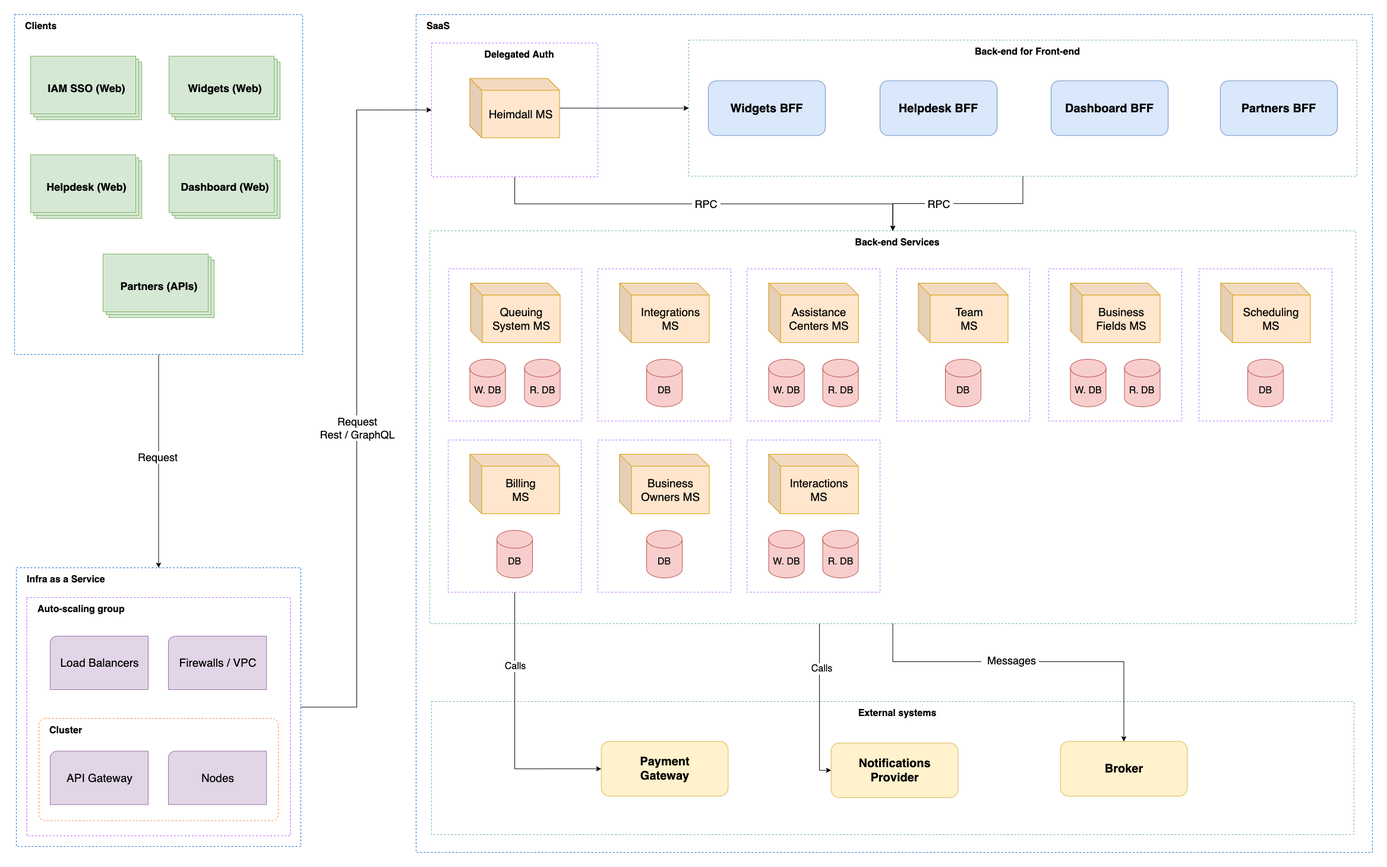
The draw.io diagram docs/diagrams/high-level-architecture.png in turnly/turnly, before a commit. Source tidied: cells renumbered, new cells last; positions are measured from the earlier drawing's top-left corner, leaving out a move shared by most shapes.
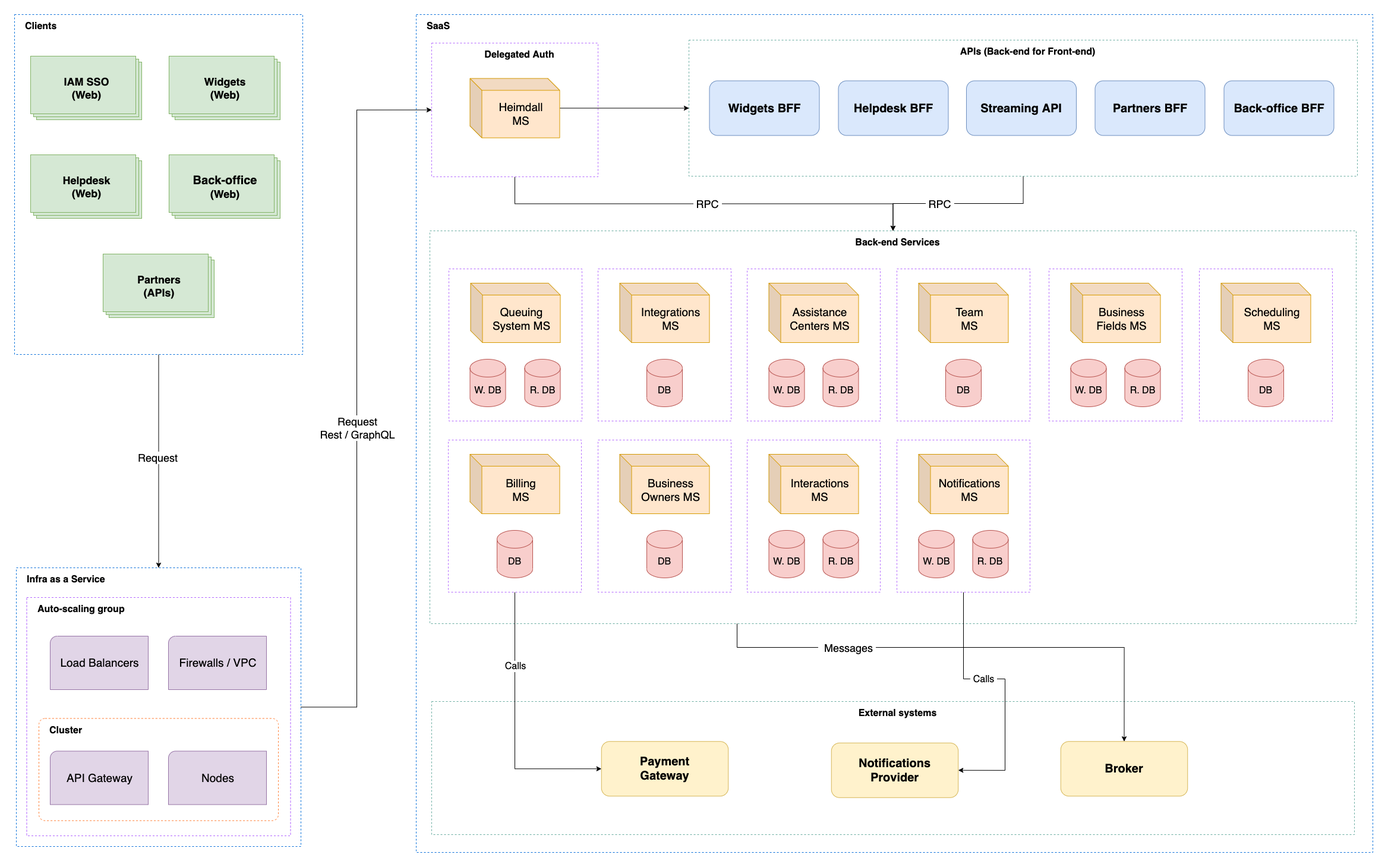
The same diagram one commit later.

The edit, as a diff of the source:
```diff
@@ -11,19 +11,19 @@
     <mxCell id="4" value="Clients" style="rounded=0;arcSize=6;whiteSpace=wrap;html=1;align=left;fontSize=16;verticalAlign=top;spacingLeft=16;fontStyle=1;strokeColor=#006CD9;dashed=1;spacingTop=4;" parent="1" vertex="1">
       <mxGeometry width="485" height="572" as="geometry" />
     </mxCell>
-    <mxCell id="5" value="Widgets (Web)" style="verticalLabelPosition=middle;verticalAlign=middle;html=1;shape=mxgraph.basic.layered_rect;dx=10;fontStyle=1;fontSize=18;flipH=0;flipV=0;fillColor=#d5e8d4;strokeColor=#82b366;labelPosition=center;align=center;" parent="1" vertex="1">
+    <mxCell id="5" value="Widgets&lt;br&gt;(Web)" style="verticalLabelPosition=middle;verticalAlign=middle;html=1;shape=mxgraph.basic.layered_rect;dx=10;fontStyle=1;fontSize=18;flipH=0;flipV=0;fillColor=#d5e8d4;strokeColor=#82b366;labelPosition=center;align=center;" parent="1" vertex="1">
       <mxGeometry x="260" y="70" width="187" height="107" as="geometry" />
     </mxCell>
-    <mxCell id="6" value="Dashboard (Web)" style="verticalLabelPosition=middle;verticalAlign=middle;html=1;shape=mxgraph.basic.layered_rect;dx=10;fontStyle=1;fontSize=18;flipH=0;flipV=0;fillColor=#d5e8d4;strokeColor=#82b366;labelPosition=center;align=center;" parent="1" vertex="1">
+    <mxCell id="6" value="&lt;span style=&quot;font-size: 20px;&quot;&gt;Back-office&lt;br&gt;&lt;/span&gt;(Web)" style="verticalLabelPosition=middle;verticalAlign=middle;html=1;shape=mxgraph.basic.layered_rect;dx=10;fontStyle=1;fontSize=18;flipH=0;flipV=0;fillColor=#d5e8d4;strokeColor=#82b366;labelPosition=center;align=center;" parent="1" vertex="1">
       <mxGeometry x="260" y="236" width="187" height="107" as="geometry" />
     </mxCell>
-    <mxCell id="7" value="Helpdesk (Web)" style="verticalLabelPosition=middle;verticalAlign=middle;html=1;shape=mxgraph.basic.layered_rect;dx=10;fontStyle=1;fontSize=18;flipH=0;flipV=0;fillColor=#d5e8d4;strokeColor=#82b366;labelPosition=center;align=center;" parent="1" vertex="1">
+    <mxCell id="7" value="Helpdesk&lt;br&gt;(Web)" style="verticalLabelPosition=middle;verticalAlign=middle;html=1;shape=mxgraph.basic.layered_rect;dx=10;fontStyle=1;fontSize=18;flipH=0;flipV=0;fillColor=#d5e8d4;strokeColor=#82b366;labelPosition=center;align=center;" parent="1" vertex="1">
       <mxGeometry x="27" y="236" width="187" height="107" as="geometry" />
     </mxCell>
-    <mxCell id="8" value="IAM SSO (Web)" style="verticalLabelPosition=middle;verticalAlign=middle;html=1;shape=mxgraph.basic.layered_rect;dx=10;fontStyle=1;fontSize=18;flipH=0;flipV=0;fillColor=#d5e8d4;strokeColor=#82b366;labelPosition=center;align=center;" parent="1" vertex="1">
+    <mxCell id="8" value="IAM SSO&lt;br&gt;(Web)" style="verticalLabelPosition=middle;verticalAlign=middle;html=1;shape=mxgraph.basic.layered_rect;dx=10;fontStyle=1;fontSize=18;flipH=0;flipV=0;fillColor=#d5e8d4;strokeColor=#82b366;labelPosition=center;align=center;" parent="1" vertex="1">
       <mxGeometry x="27" y="70" width="187" height="107" as="geometry" />
     </mxCell>
-    <mxCell id="9" value="Partners (APIs)" style="verticalLabelPosition=middle;verticalAlign=middle;html=1;shape=mxgraph.basic.layered_rect;dx=10;fontStyle=1;fontSize=18;flipH=0;flipV=0;fillColor=#d5e8d4;strokeColor=#82b366;labelPosition=center;align=center;" parent="1" vertex="1">
+    <mxCell id="9" value="Partners&lt;br&gt;(APIs)" style="verticalLabelPosition=middle;verticalAlign=middle;html=1;shape=mxgraph.basic.layered_rect;dx=10;fontStyle=1;fontSize=18;flipH=0;flipV=0;fillColor=#d5e8d4;strokeColor=#82b366;labelPosition=center;align=center;" parent="1" vertex="1">
       <mxGeometry x="149" y="403" width="187" height="107" as="geometry" />
     </mxCell>
     <mxCell id="10" value="Infra as a Service" style="rounded=0;arcSize=6;whiteSpace=wrap;html=1;align=left;fontSize=16;verticalAlign=top;spacingLeft=16;fontStyle=1;strokeColor=#006CD9;dashed=1;spacingTop=4;" parent="1" vertex="1">
@@ -61,20 +61,20 @@
         <mxPoint x="-42" as="offset" />
       </mxGeometry>
     </mxCell>
-    <mxCell id="21" value="Back-end for Front-end" style="rounded=0;arcSize=11;whiteSpace=wrap;html=1;align=center;fontSize=16;verticalAlign=top;spacingLeft=16;fontStyle=1;dashed=1;spacingTop=4;strokeColor=#67AB9F;" parent="1" vertex="1">
+    <mxCell id="21" value="APIs (Back-end for Front-end)" style="rounded=0;arcSize=11;whiteSpace=wrap;html=1;align=center;fontSize=16;verticalAlign=top;spacingLeft=16;fontStyle=1;dashed=1;spacingTop=4;strokeColor=#67AB9F;" parent="1" vertex="1">
       <mxGeometry x="1135" y="43" width="1125" height="229" as="geometry" />
     </mxCell>
     <mxCell id="22" value="Widgets BFF" style="rounded=1;whiteSpace=wrap;html=1;shadow=0;glass=0;sketch=0;fillColor=#dae8fc;strokeColor=#6c8ebf;fontSize=20;fontStyle=1;spacingTop=0;" parent="1" vertex="1">
-      <mxGeometry x="1168" y="111.5" width="197" height="92" as="geometry" />
+      <mxGeometry x="1169.5" y="111.5" width="185" height="92" as="geometry" />
     </mxCell>
     <mxCell id="23" value="Helpdesk BFF" style="rounded=1;whiteSpace=wrap;html=1;shadow=0;glass=0;sketch=0;fillColor=#dae8fc;strokeColor=#6c8ebf;fontSize=20;fontStyle=1;spacingTop=0;" parent="1" vertex="1">
-      <mxGeometry x="1457" y="111.5" width="197" height="92" as="geometry" />
+      <mxGeometry x="1386.5" y="111.5" width="185" height="92" as="geometry" />
     </mxCell>
-    <mxCell id="24" value="Dashboard BFF" style="rounded=1;whiteSpace=wrap;html=1;shadow=0;glass=0;sketch=0;fillColor=#dae8fc;strokeColor=#6c8ebf;fontSize=20;fontStyle=1;spacingTop=0;" parent="1" vertex="1">
-      <mxGeometry x="1745" y="111.5" width="197" height="92" as="geometry" />
+    <mxCell id="24" value="Streaming API" style="rounded=1;whiteSpace=wrap;html=1;shadow=0;glass=0;sketch=0;fillColor=#dae8fc;strokeColor=#6c8ebf;fontSize=20;fontStyle=1;spacingTop=0;" parent="1" vertex="1">
+      <mxGeometry x="1602" y="111.5" width="185" height="92" as="geometry" />
     </mxCell>
     <mxCell id="25" value="Partners BFF" style="rounded=1;whiteSpace=wrap;html=1;shadow=0;glass=0;sketch=0;fillColor=#dae8fc;strokeColor=#6c8ebf;fontSize=20;fontStyle=1;spacingTop=0;" parent="1" vertex="1">
-      <mxGeometry x="2030" y="111.5" width="197" height="92" as="geometry" />
+      <mxGeometry x="1818.5" y="111.5" width="185" height="92" as="geometry" />
     </mxCell>
     <mxCell id="26" value="External systems" style="rounded=0;arcSize=11;whiteSpace=wrap;html=1;align=center;fontSize=16;verticalAlign=top;spacingLeft=16;fontStyle=1;dashed=1;spacingTop=4;strokeColor=#67AB9F;" parent="1" vertex="1">
       <mxGeometry x="702" y="1156" width="1553" height="224" as="geometry" />
@@ -93,7 +93,7 @@
     <mxCell id="30" style="edgeStyle=orthogonalEdgeStyle;rounded=0;jettySize=auto;html=1;entryX=0;entryY=0.5;entryDx=0;entryDy=0;fontSize=18;" parent="1" edge="1" source="31" target="21">
       <mxGeometry relative="1" as="geometry" />
     </mxCell>
-    <mxCell id="31" value="&lt;span style=&quot;font-size: 19px;&quot;&gt;Heimdall MS&lt;/span&gt;" style="shape=cube;whiteSpace=wrap;html=1;boundedLbl=1;backgroundOutline=1;darkOpacity=0.05;darkOpacity2=0.1;fontSize=14;fillColor=#ffe6cc;strokeColor=#d79b00;" parent="1" vertex="1">
+    <mxCell id="31" value="&lt;span style=&quot;font-size: 19px;&quot;&gt;Heimdall&lt;br&gt;MS&lt;/span&gt;" style="shape=cube;whiteSpace=wrap;html=1;boundedLbl=1;backgroundOutline=1;darkOpacity=0.05;darkOpacity2=0.1;fontSize=14;fillColor=#ffe6cc;strokeColor=#d79b00;" parent="1" vertex="1">
       <mxGeometry x="766.5" y="107.5" width="151" height="100" as="geometry" />
     </mxCell>
     <mxCell id="32" style="edgeStyle=orthogonalEdgeStyle;rounded=0;jettySize=auto;html=1;entryX=0;entryY=0.5;entryDx=0;entryDy=0;fontSize=18;" parent="1" edge="1" source="10" target="29">
@@ -128,14 +128,14 @@
     <mxCell id="40" style="edgeStyle=orthogonalEdgeStyle;rounded=0;jettySize=auto;html=1;entryX=0.5;entryY=0;entryDx=0;entryDy=0;fontSize=18;" parent="1" edge="1" source="18" target="36">
       <mxGeometry relative="1" as="geometry">
         <Array as="points">
-          <mxPoint x="1478" y="1089" />
-          <mxPoint x="1868" y="1089" />
+          <mxPoint x="1216" y="1065" />
+          <mxPoint x="1868" y="1065" />
         </Array>
       </mxGeometry>
     </mxCell>
     <mxCell id="41" value="&amp;nbsp; Messages&amp;nbsp;" style="edgeLabel;html=1;align=center;verticalAlign=middle;fontSize=18;" parent="40" vertex="1">
       <mxGeometry x="-0.05" relative="1" as="geometry">
-        <mxPoint x="-18" y="-3" as="offset" />
+        <mxPoint x="-179" as="offset" />
       </mxGeometry>
     </mxCell>
     <mxCell id="42" style="rounded=0;arcSize=6;whiteSpace=wrap;html=1;align=left;fontSize=16;verticalAlign=top;spacingLeft=16;fontStyle=1;strokeColor=#B266FF;dashed=1;spacingTop=4;" parent="1" vertex="1">
@@ -220,15 +220,19 @@
     <mxCell id="67" value="W. DB" style="shape=cylinder3;whiteSpace=wrap;html=1;boundedLbl=1;backgroundOutline=1;size=15;rounded=0;fontSize=16;strokeColor=#b85450;fillColor=#f8cecc;" parent="1" vertex="1">
       <mxGeometry x="1269.5" y="868" width="60" height="80" as="geometry" />
     </mxCell>
-    <mxCell id="68" style="edgeStyle=orthogonalEdgeStyle;rounded=0;jettySize=auto;html=1;entryX=0;entryY=0.5;entryDx=0;entryDy=0;fontSize=16;" parent="1" edge="1" source="18" target="35">
+    <mxCell id="68" style="edgeStyle=orthogonalEdgeStyle;rounded=0;jettySize=auto;html=1;entryX=1;entryY=0.5;entryDx=0;entryDy=0;fontSize=16;exitX=0.5;exitY=1;exitDx=0;exitDy=0;" parent="1" edge="1" source="74" target="35">
       <mxGeometry relative="1" as="geometry">
         <Array as="points">
-          <mxPoint x="1355" y="1272" />
+          <mxPoint x="1597" y="1118" />
+          <mxPoint x="1667" y="1118" />
+          <mxPoint x="1667" y="1272" />
         </Array>
       </mxGeometry>
     </mxCell>
-    <mxCell id="69" value="Calls" style="edgeLabel;html=1;align=center;verticalAlign=middle;fontSize=16;" parent="68" vertex="1">
-      <mxGeometry x="-0.44" y="3" relative="1" as="geometry" />
+    <mxCell id="69" value="&amp;nbsp;Calls&amp;nbsp;" style="edgeLabel;html=1;align=center;verticalAlign=middle;fontSize=16;" parent="68" vertex="1">
+      <mxGeometry x="-0.44" y="3" relative="1" as="geometry">
+        <mxPoint x="30" y="19" as="offset" />
+      </mxGeometry>
     </mxCell>
     <mxCell id="70" value="R. DB" style="shape=cylinder3;whiteSpace=wrap;html=1;boundedLbl=1;backgroundOutline=1;size=15;rounded=0;fontSize=16;strokeColor=#b85450;fillColor=#f8cecc;" parent="1" vertex="1">
       <mxGeometry x="858.5" y="580" width="60" height="80" as="geometry" />
@@ -242,5 +246,20 @@
     <mxCell id="73" value="R. DB" style="shape=cylinder3;whiteSpace=wrap;html=1;boundedLbl=1;backgroundOutline=1;size=15;rounded=0;fontSize=16;strokeColor=#b85450;fillColor=#f8cecc;" parent="1" vertex="1">
       <mxGeometry x="1868.5" y="580" width="60" height="80" as="geometry" />
     </mxCell>
+    <mxCell id="74" style="rounded=0;arcSize=6;whiteSpace=wrap;html=1;align=left;fontSize=16;verticalAlign=top;spacingLeft=16;fontStyle=1;strokeColor=#B266FF;dashed=1;spacingTop=4;" parent="1" vertex="1">
+      <mxGeometry x="1485" y="716" width="224" height="256" as="geometry" />
+    </mxCell>
+    <mxCell id="75" value="&lt;span style=&quot;font-size: 19px;&quot;&gt;Notifications&lt;br&gt;MS&lt;/span&gt;" style="shape=cube;whiteSpace=wrap;html=1;boundedLbl=1;backgroundOutline=1;darkOpacity=0.05;darkOpacity2=0.1;fontSize=14;fillColor=#ffe6cc;strokeColor=#d79b00;" parent="1" vertex="1">
+      <mxGeometry x="1521.5" y="740" width="151" height="100" as="geometry" />
+    </mxCell>
+    <mxCell id="76" value="W. DB" style="shape=cylinder3;whiteSpace=wrap;html=1;boundedLbl=1;backgroundOutline=1;size=15;rounded=0;fontSize=16;strokeColor=#b85450;fillColor=#f8cecc;" parent="1" vertex="1">
+      <mxGeometry x="1521.5" y="868" width="60" height="80" as="geometry" />
+    </mxCell>
+    <mxCell id="77" value="R. DB" style="shape=cylinder3;whiteSpace=wrap;html=1;boundedLbl=1;backgroundOutline=1;size=15;rounded=0;fontSize=16;strokeColor=#b85450;fillColor=#f8cecc;" parent="1" vertex="1">
+      <mxGeometry x="1612.5" y="868" width="60" height="80" as="geometry" />
+    </mxCell>
+    <mxCell id="78" value="Back-office BFF" style="rounded=1;whiteSpace=wrap;html=1;shadow=0;glass=0;sketch=0;fillColor=#dae8fc;strokeColor=#6c8ebf;fontSize=20;fontStyle=1;spacingTop=0;" parent="1" vertex="1">
+      <mxGeometry x="2035.5" y="111.5" width="185" height="92" as="geometry" />
+    </mxCell>
   </root>
 </mxGraphModel>
```
